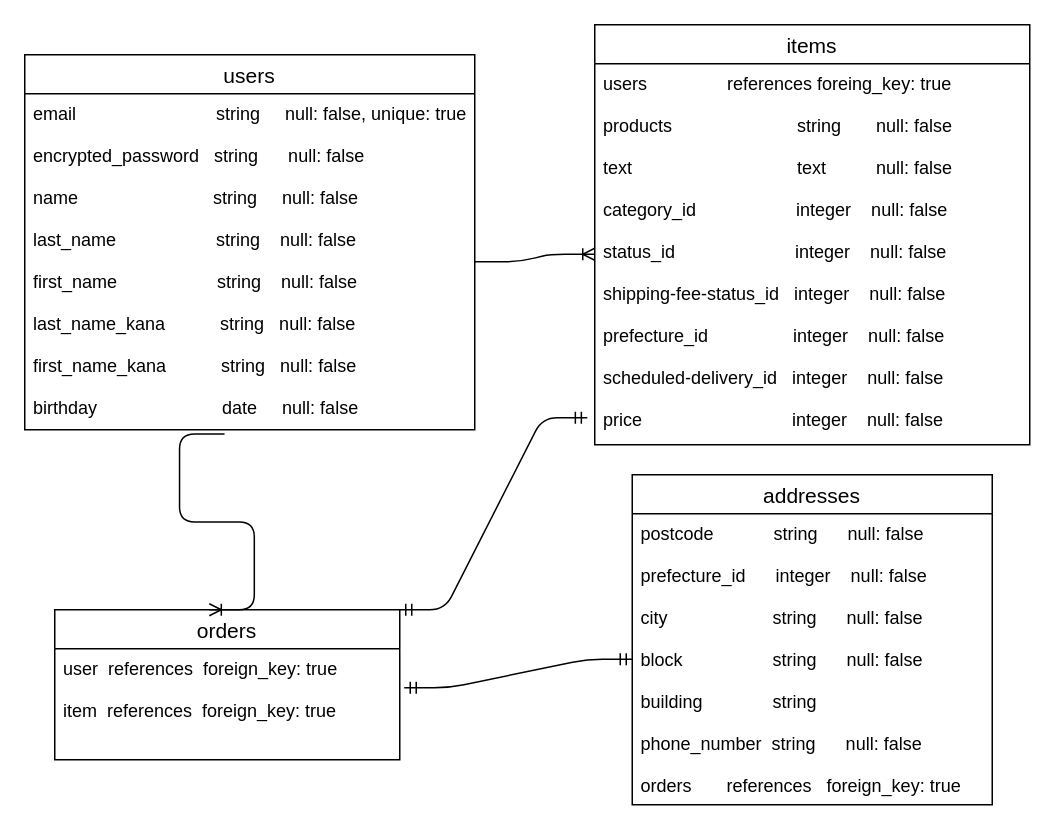
zigzag826/furima-36094 keeps this draw.io diagram as furima-36094.dio. Above is the earlier version. Source tidied: cells renumbered, new cells numbered last; positions are measured from the earlier drawing's top-left corner, leaving out a move shared by most shapes. Both pictures are drawn from the tidied source at 150%, with x=0, y=0 at pixel (24, 24).
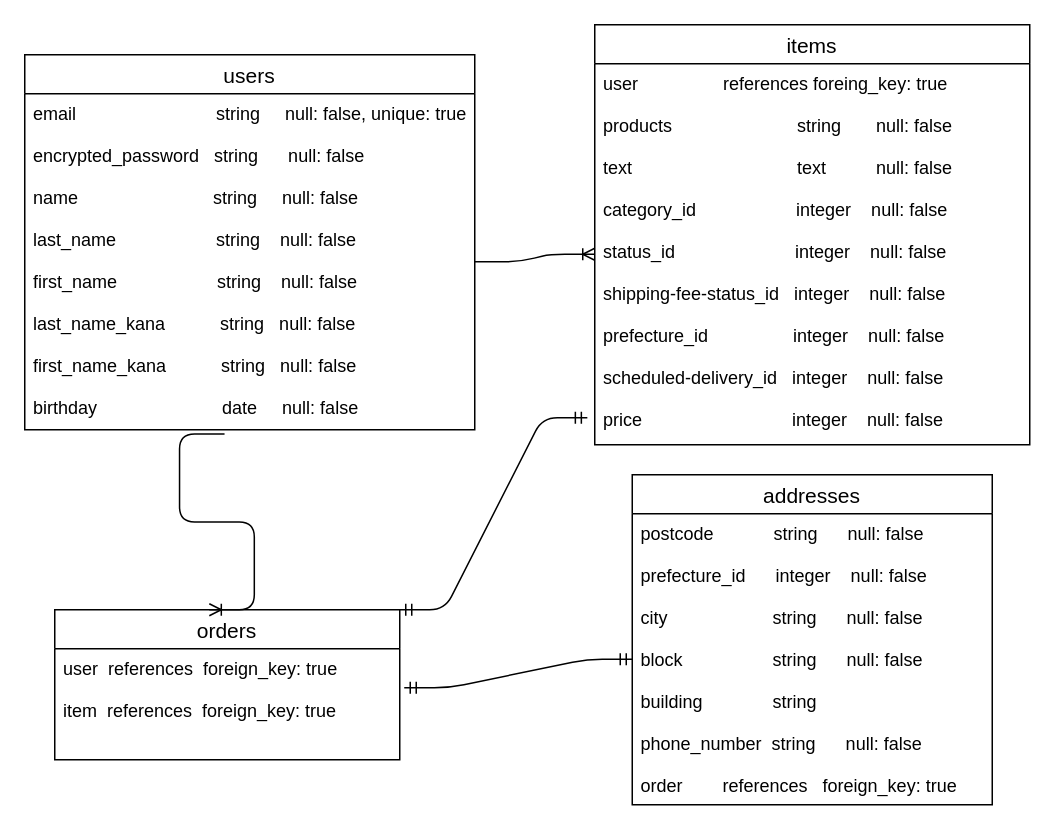
After the change.

Commit message (it also covers changes not shown here):
ER図作成。修正２

Change to the diagram source:
```diff
@@
 <mxGraphModel>
   <root>
     <mxCell id="0" />
     <mxCell id="1" parent="0" />
     <mxCell id="2" value="users" style="swimlane;fontStyle=0;horizontal=1;startSize=26;align=center;fontSize=14;" parent="1" vertex="1">
       <mxGeometry y="20" width="300" height="250" as="geometry" />
     </mxCell>
     <mxCell id="3" value="email                            string     null: false, unique: true &#10;&#10;encrypted_password   string      null: false&#10;&#10;name                           string     null: false &#10;&#10;last_name                    string    null: false &#10;&#10;first_name                    string    null: false &#10;&#10;last_name_kana           string   null: false &#10;&#10;first_name_kana           string   null: false &#10;&#10;birthday                         date     null: false " style="text;strokeColor=none;fillColor=none;spacingLeft=4;spacingRight=4;overflow=hidden;points=[[0,0.5],[1,0.5]];portConstraint=eastwest;fontSize=12;" parent="2" vertex="1">
       <mxGeometry y="26" width="300" height="224" as="geometry" />
     </mxCell>
     <mxCell id="4" value="items" style="swimlane;fontStyle=0;horizontal=1;startSize=26;align=center;fontSize=14;" parent="1" vertex="1">
       <mxGeometry x="380" width="290" height="280" as="geometry" />
     </mxCell>
     <mxCell id="5" style="edgeStyle=orthogonalEdgeStyle;rounded=0;orthogonalLoop=1;jettySize=auto;html=1;exitX=1;exitY=0.5;exitDx=0;exitDy=0;" parent="4" edge="1" source="6" target="6">
       <mxGeometry relative="1" as="geometry" />
     </mxCell>
-    <mxCell id="6" value="users                references foreing_key: true&#10;&#10;products                         string       null: false&#10; &#10;text                                 text          null: false &#10;&#10;category_id                    integer    null: false &#10;&#10;status_id                        integer    null: false &#10;&#10;shipping-fee-status_id   integer    null: false &#10;&#10;prefecture_id                 integer    null: false &#10;&#10;scheduled-delivery_id   integer    null: false &#10;&#10;price                              integer    null: false " style="text;strokeColor=none;fillColor=none;spacingLeft=4;spacingRight=4;overflow=hidden;points=[[0,0.5],[1,0.5]];portConstraint=eastwest;fontSize=12;" parent="4" vertex="1">
+    <mxCell id="6" value="user                 references foreing_key: true&#10;&#10;products                         string       null: false&#10; &#10;text                                 text          null: false &#10;&#10;category_id                    integer    null: false &#10;&#10;status_id                        integer    null: false &#10;&#10;shipping-fee-status_id   integer    null: false &#10;&#10;prefecture_id                 integer    null: false &#10;&#10;scheduled-delivery_id   integer    null: false &#10;&#10;price                              integer    null: false " style="text;strokeColor=none;fillColor=none;spacingLeft=4;spacingRight=4;overflow=hidden;points=[[0,0.5],[1,0.5]];portConstraint=eastwest;fontSize=12;" parent="4" vertex="1">
       <mxGeometry y="26" width="290" height="254" as="geometry" />
     </mxCell>
     <mxCell id="7" value="orders" style="swimlane;fontStyle=0;horizontal=1;startSize=26;align=center;fontSize=14;" parent="1" vertex="1">
       <mxGeometry x="20" y="390" width="230" height="100" as="geometry" />
     </mxCell>
     <mxCell id="8" value="user  references  foreign_key: true&#10;&#10;item  references  foreign_key: true" style="text;strokeColor=none;fillColor=none;spacingLeft=4;spacingRight=4;overflow=hidden;points=[[0,0.5],[1,0.5]];portConstraint=eastwest;fontSize=12;" parent="7" vertex="1">
       <mxGeometry y="26" width="230" height="74" as="geometry" />
     </mxCell>
     <mxCell id="9" value="addresses" style="swimlane;fontStyle=0;horizontal=1;startSize=26;align=center;fontSize=14;" parent="1" vertex="1">
       <mxGeometry x="405" y="300" width="240" height="220" as="geometry" />
     </mxCell>
-    <mxCell id="10" value="postcode            string      null: false&#10;&#10;prefecture_id      integer    null: false&#10;&#10;city                     string      null: false&#10;&#10;block                  string      null: false&#10;&#10;building              string&#10;&#10;phone_number  string      null: false&#10;&#10;orders       references   foreign_key: true" style="text;strokeColor=none;fillColor=none;spacingLeft=4;spacingRight=4;overflow=hidden;points=[[0,0.5],[1,0.5]];portConstraint=eastwest;fontSize=12;" parent="9" vertex="1">
+    <mxCell id="10" value="postcode            string      null: false&#10;&#10;prefecture_id      integer    null: false&#10;&#10;city                     string      null: false&#10;&#10;block                  string      null: false&#10;&#10;building              string&#10;&#10;phone_number  string      null: false&#10;&#10;order        references   foreign_key: true" style="text;strokeColor=none;fillColor=none;spacingLeft=4;spacingRight=4;overflow=hidden;points=[[0,0.5],[1,0.5]];portConstraint=eastwest;fontSize=12;" parent="9" vertex="1">
       <mxGeometry y="26" width="240" height="194" as="geometry" />
     </mxCell>
     <mxCell id="11" style="edgeStyle=entityRelationEdgeStyle;fontSize=12;html=1;endArrow=ERoneToMany;exitX=1;exitY=0.5;exitDx=0;exitDy=0;entryX=0;entryY=0.5;entryDx=0;entryDy=0;" parent="1" edge="1" source="3" target="6">
       <mxGeometry relative="1" as="geometry" />
     </mxCell>
     <mxCell id="12" style="edgeStyle=entityRelationEdgeStyle;fontSize=12;html=1;endArrow=ERoneToMany;exitX=0.444;exitY=1.013;exitDx=0;exitDy=0;exitPerimeter=0;entryX=0.448;entryY=0;entryDx=0;entryDy=0;entryPerimeter=0;" parent="1" edge="1" source="3" target="7">
       <mxGeometry relative="1" as="geometry" />
     </mxCell>
     <mxCell id="13" style="edgeStyle=entityRelationEdgeStyle;fontSize=12;html=1;endArrow=ERmandOne;startArrow=ERmandOne;exitX=1;exitY=0;exitDx=0;exitDy=0;entryX=-0.017;entryY=0.929;entryDx=0;entryDy=0;entryPerimeter=0;" parent="1" edge="1" source="7" target="6">
       <mxGeometry relative="1" as="geometry" />
     </mxCell>
     <mxCell id="14" style="edgeStyle=entityRelationEdgeStyle;fontSize=12;html=1;endArrow=ERmandOne;startArrow=ERmandOne;entryX=0;entryY=0.5;entryDx=0;entryDy=0;exitX=1.013;exitY=0.351;exitDx=0;exitDy=0;exitPerimeter=0;" parent="1" edge="1" source="8" target="10">
       <mxGeometry relative="1" as="geometry" />
     </mxCell>
   </root>
 </mxGraphModel>
```
